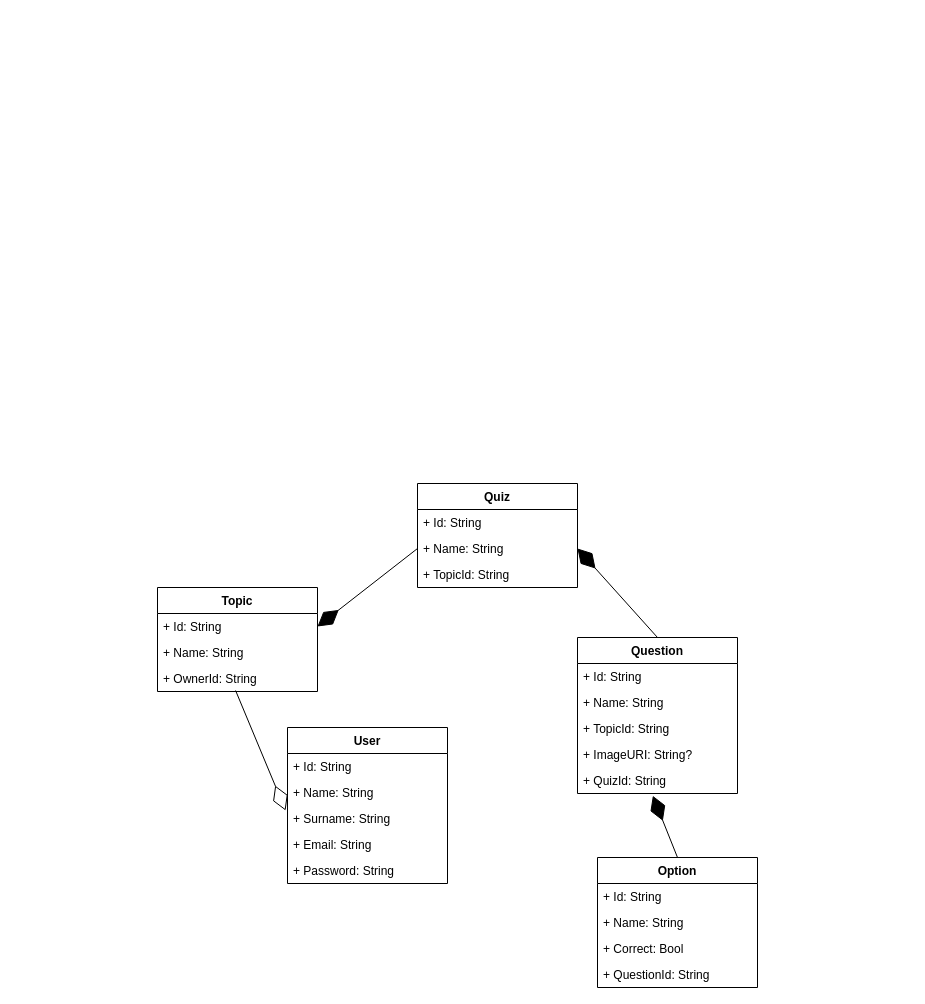
Before: lab4/viewpoints/information/entities.drawio in piatrashkakanstantinass/psi2, a draw.io diagram. Source tidied: cells renumbered, new cells numbered last; positions are measured from the earlier drawing's top-left corner, leaving out a move shared by most shapes. Both pictures are drawn from the tidied source at 100%, with x=0, y=0 at pixel (157, 483).
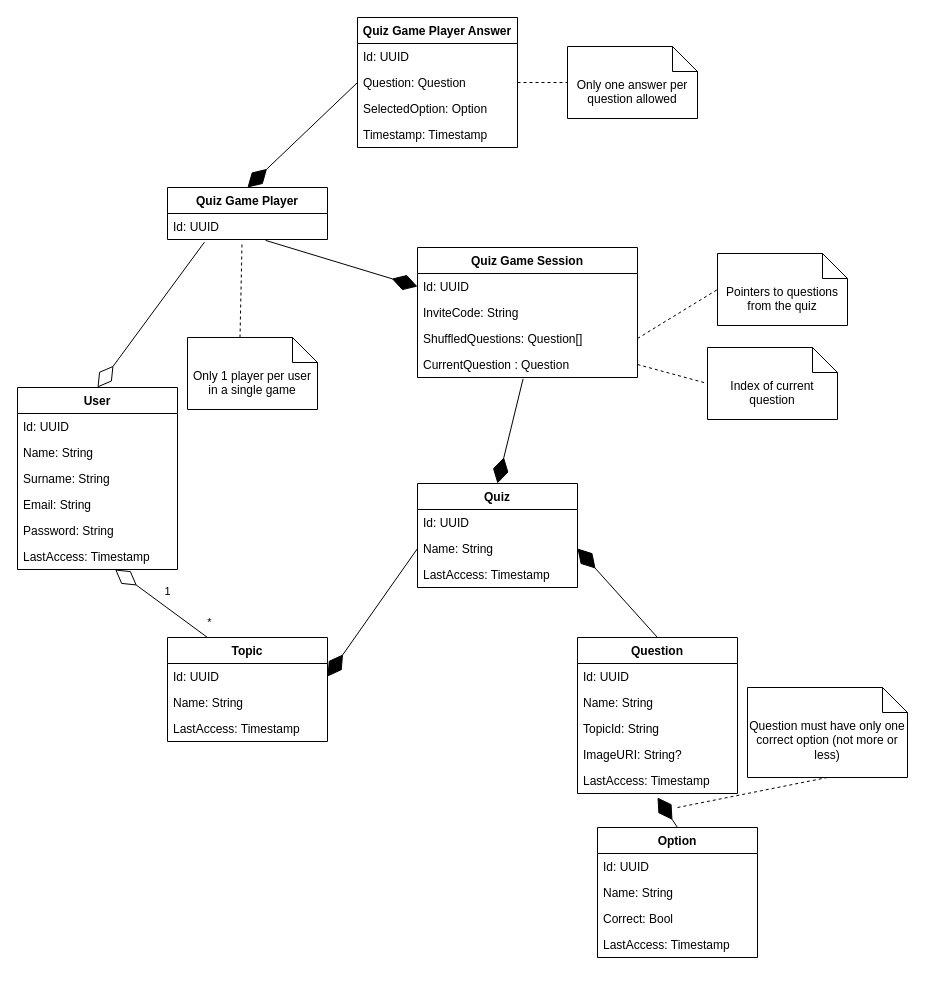
Above is the later version.

The change refers to these unchanged cells:
```xml
<mxCell id="13" value="Quiz" style="swimlane;fontStyle=1;align=center;verticalAlign=top;horizontal=1;startSize=26;" parent="1" vertex="1">
  <mxGeometry x="260" width="160" height="104" as="geometry" />
</mxCell>
<mxCell id="18" value="Question" style="swimlane;fontStyle=1;align=center;verticalAlign=top;horizontal=1;startSize=26;" parent="1" vertex="1">
  <mxGeometry x="420" y="154" width="160" height="156" as="geometry" />
</mxCell>
```

Change to the diagram source:
```diff
@@
     <mxCell id="2" value="Topic" style="swimlane;fontStyle=1;align=center;verticalAlign=top;horizontal=1;startSize=26;" parent="1" vertex="1">
-      <mxGeometry y="104" width="160" height="104" as="geometry" />
+      <mxGeometry x="10" y="154" width="160" height="104" as="geometry" />
     </mxCell>
-    <mxCell id="3" value="+ Id: String" style="text;strokeColor=none;fillColor=none;align=left;verticalAlign=top;spacingLeft=4;spacingRight=4;overflow=hidden;points=[[0,0.5],[1,0.5]];portConstraint=eastwest;" parent="2" vertex="1">
+    <mxCell id="3" value="Id: UUID" style="text;strokeColor=none;fillColor=none;align=left;verticalAlign=top;spacingLeft=4;spacingRight=4;overflow=hidden;points=[[0,0.5],[1,0.5]];portConstraint=eastwest;" parent="2" vertex="1">
       <mxGeometry y="26" width="160" height="26" as="geometry" />
     </mxCell>
-    <mxCell id="4" value="+ Name: String" style="text;strokeColor=none;fillColor=none;align=left;verticalAlign=top;spacingLeft=4;spacingRight=4;overflow=hidden;" parent="2" vertex="1">
+    <mxCell id="4" value="Name: String" style="text;strokeColor=none;fillColor=none;align=left;verticalAlign=top;spacingLeft=4;spacingRight=4;overflow=hidden;" parent="2" vertex="1">
       <mxGeometry y="52" width="160" height="26" as="geometry" />
     </mxCell>
-    <mxCell id="5" value="+ OwnerId: String" style="text;strokeColor=none;fillColor=none;align=left;verticalAlign=top;spacingLeft=4;spacingRight=4;overflow=hidden;points=[[0,0.5],[1,0.5]];portConstraint=eastwest;" parent="2" vertex="1">
-      <mxGeometry y="78" width="160" height="26" as="geometry" />
-    </mxCell>
+    <mxCell id="31" value="LastAccess: Timestamp" style="text;strokeColor=none;fillColor=none;align=left;verticalAlign=top;spacingLeft=4;spacingRight=4;overflow=hidden;" parent="2" vertex="1">
+      <mxGeometry y="78" width="160" height="26" as="geometry" />
+    </mxCell>
     <mxCell id="6" value="User" style="swimlane;fontStyle=1;align=center;verticalAlign=top;horizontal=1;startSize=26;" parent="1" vertex="1">
-      <mxGeometry x="130" y="244" width="160" height="156" as="geometry" />
+      <mxGeometry x="-140" y="-96" width="160" height="182" as="geometry" />
     </mxCell>
-    <mxCell id="7" value="+ Id: String" style="text;strokeColor=none;fillColor=none;align=left;verticalAlign=top;spacingLeft=4;spacingRight=4;overflow=hidden;" parent="6" vertex="1">
+    <mxCell id="7" value="Id: UUID" style="text;strokeColor=none;fillColor=none;align=left;verticalAlign=top;spacingLeft=4;spacingRight=4;overflow=hidden;" parent="6" vertex="1">
       <mxGeometry y="26" width="160" height="26" as="geometry" />
     </mxCell>
-    <mxCell id="8" value="+ Name: String" style="text;strokeColor=none;fillColor=none;align=left;verticalAlign=top;spacingLeft=4;spacingRight=4;overflow=hidden;" parent="6" vertex="1">
+    <mxCell id="8" value="Name: String" style="text;strokeColor=none;fillColor=none;align=left;verticalAlign=top;spacingLeft=4;spacingRight=4;overflow=hidden;" parent="6" vertex="1">
       <mxGeometry y="52" width="160" height="26" as="geometry" />
     </mxCell>
-    <mxCell id="9" value="+ Surname: String" style="text;strokeColor=none;fillColor=none;align=left;verticalAlign=top;spacingLeft=4;spacingRight=4;overflow=hidden;points=[[0,0.5],[1,0.5]];portConstraint=eastwest;" parent="6" vertex="1">
+    <mxCell id="9" value="Surname: String" style="text;strokeColor=none;fillColor=none;align=left;verticalAlign=top;spacingLeft=4;spacingRight=4;overflow=hidden;points=[[0,0.5],[1,0.5]];portConstraint=eastwest;" parent="6" vertex="1">
       <mxGeometry y="78" width="160" height="26" as="geometry" />
     </mxCell>
-    <mxCell id="10" value="+ Email: String" style="text;strokeColor=none;fillColor=none;align=left;verticalAlign=top;spacingLeft=4;spacingRight=4;overflow=hidden;" parent="6" vertex="1">
+    <mxCell id="10" value="Email: String" style="text;strokeColor=none;fillColor=none;align=left;verticalAlign=top;spacingLeft=4;spacingRight=4;overflow=hidden;" parent="6" vertex="1">
       <mxGeometry y="104" width="160" height="26" as="geometry" />
     </mxCell>
-    <mxCell id="11" value="+ Password: String" style="text;strokeColor=none;fillColor=none;align=left;verticalAlign=top;spacingLeft=4;spacingRight=4;overflow=hidden;" parent="6" vertex="1">
+    <mxCell id="11" value="Password: String" style="text;strokeColor=none;fillColor=none;align=left;verticalAlign=top;spacingLeft=4;spacingRight=4;overflow=hidden;" parent="6" vertex="1">
       <mxGeometry y="130" width="160" height="26" as="geometry" />
     </mxCell>
+    <mxCell id="32" value="LastAccess: Timestamp" style="text;strokeColor=none;fillColor=none;align=left;verticalAlign=top;spacingLeft=4;spacingRight=4;overflow=hidden;points=[[0,0.5],[1,0.5]];portConstraint=eastwest;" parent="6" vertex="1">
+      <mxGeometry y="156" width="160" height="26" as="geometry" />
+    </mxCell>
-    <mxCell id="12" style="endArrow=diamondThin;endFill=0;endSize=24;html=1;exitX=0.488;exitY=0.962;exitDx=0;exitDy=0;exitPerimeter=0;entryX=-0.012;entryY=0.192;entryDx=0;entryDy=0;entryPerimeter=0;" parent="1" edge="1" source="5" target="9">
+    <mxCell id="12" style="endArrow=diamondThin;endFill=0;endSize=24;html=1;exitX=0.25;exitY=0;exitDx=0;exitDy=0;" parent="1" edge="1" source="2" target="32">
       <mxGeometry relative="1" as="geometry" />
     </mxCell>
+    <mxCell id="33" value="1" style="edgeLabel;html=1;align=center;verticalAlign=middle;" parent="12" vertex="1">
+      <mxGeometry x="0.33" y="-1" relative="1" as="geometry">
+        <mxPoint x="20" y="-1" as="offset" />
+      </mxGeometry>
+    </mxCell>
+    <mxCell id="34" value="*" style="edgeLabel;html=1;align=center;verticalAlign=middle;" parent="12" vertex="1">
+      <mxGeometry x="-0.62" y="1" relative="1" as="geometry">
+        <mxPoint x="20" y="-3" as="offset" />
+      </mxGeometry>
+    </mxCell>
@@
-    <mxCell id="14" value="+ Id: String" style="text;strokeColor=none;fillColor=none;align=left;verticalAlign=top;spacingLeft=4;spacingRight=4;overflow=hidden;" parent="13" vertex="1">
+    <mxCell id="14" value="Id: UUID" style="text;strokeColor=none;fillColor=none;align=left;verticalAlign=top;spacingLeft=4;spacingRight=4;overflow=hidden;" parent="13" vertex="1">
       <mxGeometry y="26" width="160" height="26" as="geometry" />
     </mxCell>
-    <mxCell id="15" value="+ Name: String" style="text;strokeColor=none;fillColor=none;align=left;verticalAlign=top;spacingLeft=4;spacingRight=4;overflow=hidden;points=[[0,0.5],[1,0.5]];portConstraint=eastwest;" parent="13" vertex="1">
+    <mxCell id="15" value="Name: String" style="text;strokeColor=none;fillColor=none;align=left;verticalAlign=top;spacingLeft=4;spacingRight=4;overflow=hidden;points=[[0,0.5],[1,0.5]];portConstraint=eastwest;" parent="13" vertex="1">
       <mxGeometry y="52" width="160" height="26" as="geometry" />
     </mxCell>
-    <mxCell id="16" value="+ TopicId: String" style="text;strokeColor=none;fillColor=none;align=left;verticalAlign=top;spacingLeft=4;spacingRight=4;overflow=hidden;" parent="13" vertex="1">
-      <mxGeometry y="78" width="160" height="26" as="geometry" />
-    </mxCell>
+    <mxCell id="35" value="LastAccess: Timestamp" style="text;strokeColor=none;fillColor=none;align=left;verticalAlign=top;spacingLeft=4;spacingRight=4;overflow=hidden;" parent="13" vertex="1">
+      <mxGeometry y="78" width="160" height="26" as="geometry" />
+    </mxCell>
@@
-    <mxCell id="19" value="+ Id: String" style="text;strokeColor=none;fillColor=none;align=left;verticalAlign=top;spacingLeft=4;spacingRight=4;overflow=hidden;" parent="18" vertex="1">
+    <mxCell id="19" value="Id: UUID" style="text;strokeColor=none;fillColor=none;align=left;verticalAlign=top;spacingLeft=4;spacingRight=4;overflow=hidden;" parent="18" vertex="1">
       <mxGeometry y="26" width="160" height="26" as="geometry" />
     </mxCell>
-    <mxCell id="20" value="+ Name: String" style="text;strokeColor=none;fillColor=none;align=left;verticalAlign=top;spacingLeft=4;spacingRight=4;overflow=hidden;" parent="18" vertex="1">
+    <mxCell id="20" value="Name: String" style="text;strokeColor=none;fillColor=none;align=left;verticalAlign=top;spacingLeft=4;spacingRight=4;overflow=hidden;" parent="18" vertex="1">
       <mxGeometry y="52" width="160" height="26" as="geometry" />
     </mxCell>
-    <mxCell id="21" value="+ TopicId: String" style="text;strokeColor=none;fillColor=none;align=left;verticalAlign=top;spacingLeft=4;spacingRight=4;overflow=hidden;" parent="18" vertex="1">
+    <mxCell id="21" value="TopicId: String" style="text;strokeColor=none;fillColor=none;align=left;verticalAlign=top;spacingLeft=4;spacingRight=4;overflow=hidden;" parent="18" vertex="1">
       <mxGeometry y="78" width="160" height="26" as="geometry" />
     </mxCell>
-    <mxCell id="22" value="+ ImageURI: String?" style="text;strokeColor=none;fillColor=none;align=left;verticalAlign=top;spacingLeft=4;spacingRight=4;overflow=hidden;" parent="18" vertex="1">
+    <mxCell id="22" value="ImageURI: String?" style="text;strokeColor=none;fillColor=none;align=left;verticalAlign=top;spacingLeft=4;spacingRight=4;overflow=hidden;" parent="18" vertex="1">
       <mxGeometry y="104" width="160" height="26" as="geometry" />
     </mxCell>
-    <mxCell id="23" value="+ QuizId: String" style="text;strokeColor=none;fillColor=none;align=left;verticalAlign=top;spacingLeft=4;spacingRight=4;overflow=hidden;points=[[0,0.5],[1,0.5]];portConstraint=eastwest;" parent="18" vertex="1">
-      <mxGeometry y="130" width="160" height="26" as="geometry" />
-    </mxCell>
+    <mxCell id="36" value="LastAccess: Timestamp" style="text;strokeColor=none;fillColor=none;align=left;verticalAlign=top;spacingLeft=4;spacingRight=4;overflow=hidden;" parent="18" vertex="1">
+      <mxGeometry y="130" width="160" height="26" as="geometry" />
+    </mxCell>
@@
     <mxCell id="25" value="Option" style="swimlane;fontStyle=1;align=center;verticalAlign=top;horizontal=1;startSize=26;" parent="1" vertex="1">
-      <mxGeometry x="440" y="374" width="160" height="130" as="geometry" />
+      <mxGeometry x="440" y="344" width="160" height="130" as="geometry" />
     </mxCell>
-    <mxCell id="26" value="+ Id: String" style="text;strokeColor=none;fillColor=none;align=left;verticalAlign=top;spacingLeft=4;spacingRight=4;overflow=hidden;" parent="25" vertex="1">
+    <mxCell id="26" value="Id: UUID" style="text;strokeColor=none;fillColor=none;align=left;verticalAlign=top;spacingLeft=4;spacingRight=4;overflow=hidden;" parent="25" vertex="1">
       <mxGeometry y="26" width="160" height="26" as="geometry" />
     </mxCell>
-    <mxCell id="27" value="+ Name: String" style="text;strokeColor=none;fillColor=none;align=left;verticalAlign=top;spacingLeft=4;spacingRight=4;overflow=hidden;" parent="25" vertex="1">
+    <mxCell id="27" value="Name: String" style="text;strokeColor=none;fillColor=none;align=left;verticalAlign=top;spacingLeft=4;spacingRight=4;overflow=hidden;" parent="25" vertex="1">
       <mxGeometry y="52" width="160" height="26" as="geometry" />
     </mxCell>
-    <mxCell id="28" value="+ Correct: Bool" style="text;strokeColor=none;fillColor=none;align=left;verticalAlign=top;spacingLeft=4;spacingRight=4;overflow=hidden;" parent="25" vertex="1">
+    <mxCell id="28" value="Correct: Bool" style="text;strokeColor=none;fillColor=none;align=left;verticalAlign=top;spacingLeft=4;spacingRight=4;overflow=hidden;" parent="25" vertex="1">
       <mxGeometry y="78" width="160" height="26" as="geometry" />
     </mxCell>
-    <mxCell id="29" value="+ QuestionId: String" style="text;strokeColor=none;fillColor=none;align=left;verticalAlign=top;spacingLeft=4;spacingRight=4;overflow=hidden;" parent="25" vertex="1">
-      <mxGeometry y="104" width="160" height="26" as="geometry" />
-    </mxCell>
+    <mxCell id="37" value="LastAccess: Timestamp" style="text;strokeColor=none;fillColor=none;align=left;verticalAlign=top;spacingLeft=4;spacingRight=4;overflow=hidden;" parent="25" vertex="1">
+      <mxGeometry y="104" width="160" height="26" as="geometry" />
+    </mxCell>
-    <mxCell id="30" style="endArrow=diamondThin;endFill=1;endSize=24;html=1;entryX=0.471;entryY=1.087;entryDx=0;entryDy=0;exitX=0.5;exitY=0;exitDx=0;exitDy=0;entryPerimeter=0;" parent="1" edge="1" source="25" target="23">
-      <mxGeometry relative="1" as="geometry" />
+    <mxCell id="30" style="endArrow=diamondThin;endFill=1;endSize=24;html=1;exitX=0.5;exitY=0;exitDx=0;exitDy=0;" parent="1" edge="1" source="25">
+      <mxGeometry relative="1" as="geometry">
+        <mxPoint x="500" y="314" as="targetPoint" />
+      </mxGeometry>
     </mxCell>
+    <mxCell id="38" value="Question must have only one correct option (not more or less)" style="shape=note2;boundedLbl=1;whiteSpace=wrap;html=1;size=25;verticalAlign=top;align=center;" parent="1" vertex="1">
+      <mxGeometry x="590" y="204" width="160" height="90" as="geometry" />
+    </mxCell>
+    <mxCell id="39" style="endArrow=none;dashed=1;html=1;entryX=0.5;entryY=1;entryDx=0;entryDy=0;entryPerimeter=0;" parent="1" edge="1" target="38">
+      <mxGeometry relative="1" as="geometry">
+        <mxPoint x="520" y="324" as="sourcePoint" />
+      </mxGeometry>
+    </mxCell>
+    <mxCell id="40" value="Quiz Game Session" style="swimlane;fontStyle=1;align=center;verticalAlign=top;horizontal=1;startSize=26;" parent="1" vertex="1">
+      <mxGeometry x="260" y="-236" width="220" height="130" as="geometry" />
+    </mxCell>
+    <mxCell id="41" value="Id: UUID" style="text;strokeColor=none;fillColor=none;align=left;verticalAlign=top;spacingLeft=4;spacingRight=4;overflow=hidden;points=[[0,0.5],[1,0.5]];portConstraint=eastwest;" parent="40" vertex="1">
+      <mxGeometry y="26" width="220" height="26" as="geometry" />
+    </mxCell>
+    <mxCell id="42" value="InviteCode: String" style="text;strokeColor=none;fillColor=none;align=left;verticalAlign=top;spacingLeft=4;spacingRight=4;overflow=hidden;" parent="40" vertex="1">
+      <mxGeometry y="52" width="220" height="26" as="geometry" />
+    </mxCell>
+    <mxCell id="43" value="ShuffledQuestions: Question[]" style="text;strokeColor=none;fillColor=none;align=left;verticalAlign=top;spacingLeft=4;spacingRight=4;overflow=hidden;points=[[0,0.5],[1,0.5]];portConstraint=eastwest;" parent="40" vertex="1">
+      <mxGeometry y="78" width="220" height="26" as="geometry" />
+    </mxCell>
+    <mxCell id="44" value="CurrentQuestion : Question" style="text;strokeColor=none;fillColor=none;align=left;verticalAlign=top;spacingLeft=4;spacingRight=4;overflow=hidden;points=[[0,0.5],[1,0.5]];portConstraint=eastwest;" parent="40" vertex="1">
+      <mxGeometry y="104" width="220" height="26" as="geometry" />
+    </mxCell>
+    <mxCell id="45" style="endArrow=diamondThin;endFill=1;endSize=24;html=1;entryX=0.5;entryY=0;entryDx=0;entryDy=0;exitX=0.48;exitY=1.048;exitDx=0;exitDy=0;exitPerimeter=0;" parent="1" edge="1" source="44" target="13">
+      <mxGeometry relative="1" as="geometry" />
+    </mxCell>
+    <mxCell id="46" value="Quiz Game Player" style="swimlane;fontStyle=1;align=center;verticalAlign=top;horizontal=1;startSize=26;" parent="1" vertex="1">
+      <mxGeometry x="10" y="-296" width="160" height="52" as="geometry" />
+    </mxCell>
+    <mxCell id="47" value="Id: UUID" style="text;strokeColor=none;fillColor=none;align=left;verticalAlign=top;spacingLeft=4;spacingRight=4;overflow=hidden;points=[[0,0.5],[1,0.5]];portConstraint=eastwest;" parent="46" vertex="1">
+      <mxGeometry y="26" width="160" height="26" as="geometry" />
+    </mxCell>
+    <mxCell id="48" style="endArrow=diamondThin;endFill=1;endSize=24;html=1;entryX=0;entryY=0.5;entryDx=0;entryDy=0;exitX=0.613;exitY=1.034;exitDx=0;exitDy=0;exitPerimeter=0;" parent="1" edge="1" source="47" target="41">
+      <mxGeometry relative="1" as="geometry" />
+    </mxCell>
+    <mxCell id="49" style="endArrow=diamondThin;endFill=0;endSize=24;html=1;entryX=0.5;entryY=0;entryDx=0;entryDy=0;exitX=0.231;exitY=1.102;exitDx=0;exitDy=0;exitPerimeter=0;" parent="1" edge="1" source="47" target="6">
+      <mxGeometry relative="1" as="geometry" />
+    </mxCell>
+    <mxCell id="50" value="Only 1 player per user in a single game" style="shape=note2;boundedLbl=1;whiteSpace=wrap;html=1;size=25;verticalAlign=top;align=center;" parent="1" vertex="1">
+      <mxGeometry x="30" y="-146" width="130" height="72" as="geometry" />
+    </mxCell>
+    <mxCell id="51" style="endArrow=none;dashed=1;html=1;entryX=0.466;entryY=1.079;entryDx=0;entryDy=0;entryPerimeter=0;exitX=0;exitY=0;exitDx=52.5;exitDy=0;exitPerimeter=0;" parent="1" edge="1" source="50" target="47">
+      <mxGeometry relative="1" as="geometry" />
+    </mxCell>
+    <mxCell id="52" value="Pointers to questions from the quiz" style="shape=note2;boundedLbl=1;whiteSpace=wrap;html=1;size=25;verticalAlign=top;align=center;" parent="1" vertex="1">
+      <mxGeometry x="560" y="-230" width="130" height="72" as="geometry" />
+    </mxCell>
+    <mxCell id="53" style="endArrow=none;dashed=1;html=1;exitX=1;exitY=0.5;exitDx=0;exitDy=0;entryX=0;entryY=0.5;entryDx=0;entryDy=0;entryPerimeter=0;" parent="1" edge="1" source="43" target="52">
+      <mxGeometry relative="1" as="geometry" />
+    </mxCell>
+    <mxCell id="54" value="Index of current question" style="shape=note2;boundedLbl=1;whiteSpace=wrap;html=1;size=25;verticalAlign=top;align=center;" parent="1" vertex="1">
+      <mxGeometry x="550" y="-136" width="130" height="72" as="geometry" />
+    </mxCell>
+    <mxCell id="55" style="endArrow=none;dashed=1;html=1;exitX=1;exitY=0.5;exitDx=0;exitDy=0;entryX=0;entryY=0.5;entryDx=0;entryDy=0;entryPerimeter=0;" parent="1" edge="1" source="44" target="54">
+      <mxGeometry relative="1" as="geometry" />
+    </mxCell>
+    <mxCell id="56" value="Quiz Game Player Answer" style="swimlane;fontStyle=1;align=center;verticalAlign=top;horizontal=1;startSize=26;" parent="1" vertex="1">
+      <mxGeometry x="200" y="-466" width="160" height="130" as="geometry" />
+    </mxCell>
+    <mxCell id="57" value="Id: UUID" style="text;strokeColor=none;fillColor=none;align=left;verticalAlign=top;spacingLeft=4;spacingRight=4;overflow=hidden;" parent="56" vertex="1">
+      <mxGeometry y="26" width="160" height="26" as="geometry" />
+    </mxCell>
+    <mxCell id="58" value="Question: Question" style="text;strokeColor=none;fillColor=none;align=left;verticalAlign=top;spacingLeft=4;spacingRight=4;overflow=hidden;points=[[0,0.5],[1,0.5]];portConstraint=eastwest;" parent="56" vertex="1">
+      <mxGeometry y="52" width="160" height="26" as="geometry" />
+    </mxCell>
+    <mxCell id="59" value="SelectedOption: Option" style="text;strokeColor=none;fillColor=none;align=left;verticalAlign=top;spacingLeft=4;spacingRight=4;overflow=hidden;" parent="56" vertex="1">
+      <mxGeometry y="78" width="160" height="26" as="geometry" />
+    </mxCell>
+    <mxCell id="60" value="Timestamp: Timestamp" style="text;strokeColor=none;fillColor=none;align=left;verticalAlign=top;spacingLeft=4;spacingRight=4;overflow=hidden;" parent="56" vertex="1">
+      <mxGeometry y="104" width="160" height="26" as="geometry" />
+    </mxCell>
+    <mxCell id="61" style="endArrow=diamondThin;endFill=1;endSize=24;html=1;entryX=0.5;entryY=0;entryDx=0;entryDy=0;exitX=0;exitY=0.5;exitDx=0;exitDy=0;" parent="1" edge="1" source="58" target="46">
+      <mxGeometry relative="1" as="geometry" />
+    </mxCell>
+    <mxCell id="62" value="Only one answer per question allowed" style="shape=note2;boundedLbl=1;whiteSpace=wrap;html=1;size=25;verticalAlign=top;align=center;" parent="1" vertex="1">
+      <mxGeometry x="410" y="-437" width="130" height="72" as="geometry" />
+    </mxCell>
+    <mxCell id="63" style="endArrow=none;dashed=1;html=1;exitX=1;exitY=0.5;exitDx=0;exitDy=0;entryX=0;entryY=0.5;entryDx=0;entryDy=0;entryPerimeter=0;" parent="1" edge="1" source="58" target="62">
+      <mxGeometry relative="1" as="geometry" />
+    </mxCell>
```
